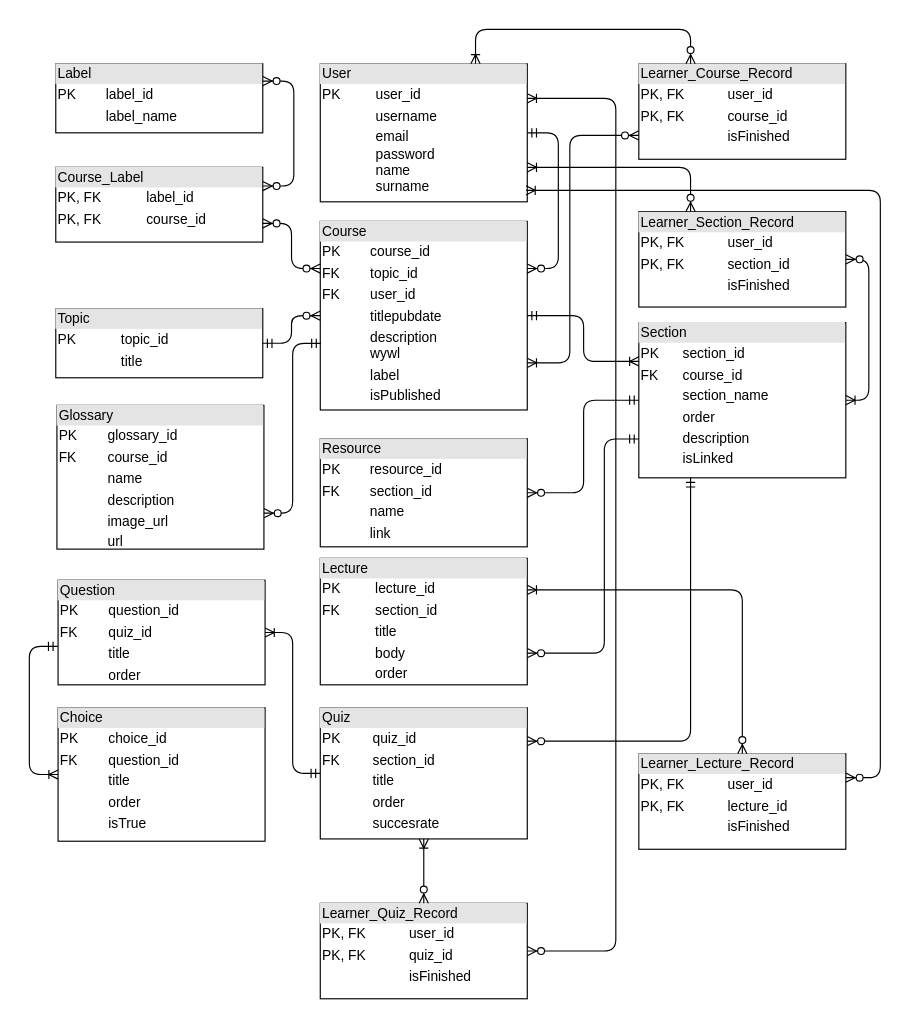
Above: ocial/images/er.drawio in kasimbozdag/swe_574 (draw.io), before the change. Source tidied: cells renumbered, new cells numbered last; positions are measured from the earlier drawing's top-left corner, leaving out a move shared by most shapes. Both pictures are drawn from the tidied source at 115%, with x=0, y=0 at pixel (29, 29).
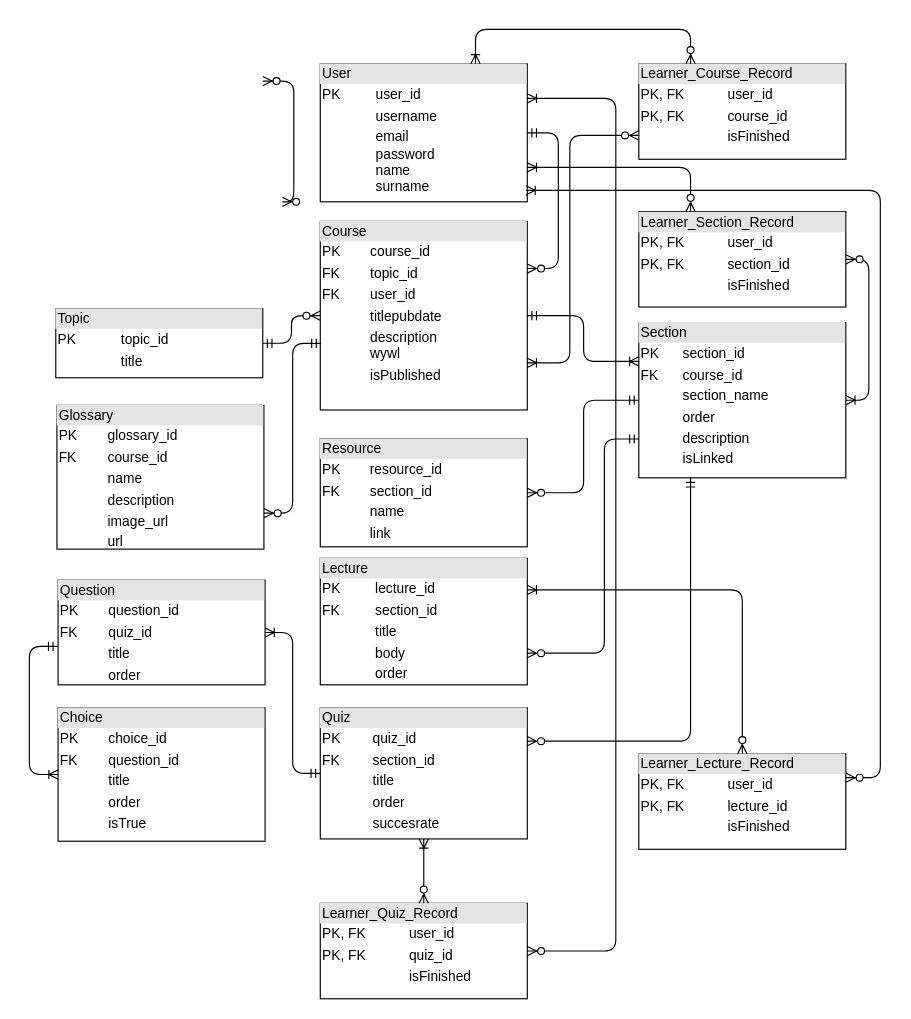
The same page after the edit.

The edit, as a diff of the source:
```diff
@@
-    <mxCell id="4" value="&lt;div style=&quot;box-sizing: border-box ; width: 100% ; background: #e4e4e4 ; padding: 2px&quot;&gt;Course&lt;/div&gt;&lt;table style=&quot;width: 100% ; font-size: 1em&quot; cellpadding=&quot;2&quot; cellspacing=&quot;0&quot;&gt;&lt;tbody&gt;&lt;tr&gt;&lt;td&gt;PK&lt;/td&gt;&lt;td&gt;course_id&lt;/td&gt;&lt;/tr&gt;&lt;tr&gt;&lt;td&gt;FK&lt;/td&gt;&lt;td&gt;topic_id&lt;/td&gt;&lt;/tr&gt;&lt;tr&gt;&lt;td&gt;FK&lt;/td&gt;&lt;td&gt;user_id&lt;/td&gt;&lt;/tr&gt;&lt;tr&gt;&lt;td&gt;&lt;/td&gt;&lt;td&gt;titlepubdate&lt;br&gt;&lt;/td&gt;&lt;/tr&gt;&lt;tr&gt;&lt;td&gt;&lt;br&gt;&lt;/td&gt;&lt;td&gt;description&lt;br&gt;wywl&lt;/td&gt;&lt;/tr&gt;&lt;tr&gt;&lt;td&gt;&lt;br&gt;&lt;/td&gt;&lt;td&gt;label&lt;/td&gt;&lt;/tr&gt;&lt;tr&gt;&lt;td&gt;&lt;br&gt;&lt;/td&gt;&lt;td&gt;isPublished&lt;/td&gt;&lt;/tr&gt;&lt;/tbody&gt;&lt;/table&gt;" style="verticalAlign=top;align=left;overflow=fill;html=1;" parent="1" vertex="1">
+    <mxCell id="4" value="&lt;div style=&quot;box-sizing: border-box ; width: 100% ; background: #e4e4e4 ; padding: 2px&quot;&gt;Course&lt;/div&gt;&lt;table style=&quot;width: 100% ; font-size: 1em&quot; cellpadding=&quot;2&quot; cellspacing=&quot;0&quot;&gt;&lt;tbody&gt;&lt;tr&gt;&lt;td&gt;PK&lt;/td&gt;&lt;td&gt;course_id&lt;/td&gt;&lt;/tr&gt;&lt;tr&gt;&lt;td&gt;FK&lt;/td&gt;&lt;td&gt;topic_id&lt;/td&gt;&lt;/tr&gt;&lt;tr&gt;&lt;td&gt;FK&lt;/td&gt;&lt;td&gt;user_id&lt;/td&gt;&lt;/tr&gt;&lt;tr&gt;&lt;td&gt;&lt;/td&gt;&lt;td&gt;titlepubdate&lt;br&gt;&lt;/td&gt;&lt;/tr&gt;&lt;tr&gt;&lt;td&gt;&lt;br&gt;&lt;/td&gt;&lt;td&gt;description&lt;br&gt;wywl&lt;/td&gt;&lt;/tr&gt;&lt;tr&gt;&lt;td&gt;&lt;br&gt;&lt;/td&gt;&lt;td&gt;isPublished&lt;br&gt;&lt;/td&gt;&lt;/tr&gt;&lt;tr&gt;&lt;td&gt;&lt;br&gt;&lt;/td&gt;&lt;td&gt;&lt;br&gt;&lt;/td&gt;&lt;/tr&gt;&lt;/tbody&gt;&lt;/table&gt;" style="verticalAlign=top;align=left;overflow=fill;html=1;" parent="1" vertex="1">
       <mxGeometry x="253" y="167" width="180" height="164" as="geometry" />
     </mxCell>
@@
-    <mxCell id="24" value="&lt;div style=&quot;box-sizing: border-box ; width: 100% ; background: #e4e4e4 ; padding: 2px&quot;&gt;Label&lt;/div&gt;&lt;table style=&quot;width: 100% ; font-size: 1em&quot; cellpadding=&quot;2&quot; cellspacing=&quot;0&quot;&gt;&lt;tbody&gt;&lt;tr&gt;&lt;td&gt;PK&lt;/td&gt;&lt;td&gt;label_id&lt;/td&gt;&lt;/tr&gt;&lt;tr&gt;&lt;td&gt;&lt;br&gt;&lt;/td&gt;&lt;td&gt;label_name&lt;/td&gt;&lt;/tr&gt;&lt;tr&gt;&lt;td&gt;&lt;/td&gt;&lt;td&gt;&lt;br&gt;&lt;/td&gt;&lt;/tr&gt;&lt;/tbody&gt;&lt;/table&gt;" style="verticalAlign=top;align=left;overflow=fill;html=1;" parent="1" vertex="1">
-      <mxGeometry x="23" y="30" width="180" height="60" as="geometry" />
-    </mxCell>
-    <mxCell id="25" value="&lt;div style=&quot;box-sizing: border-box ; width: 100% ; background: #e4e4e4 ; padding: 2px&quot;&gt;Course_Label&lt;/div&gt;&lt;table style=&quot;width: 100% ; font-size: 1em&quot; cellpadding=&quot;2&quot; cellspacing=&quot;0&quot;&gt;&lt;tbody&gt;&lt;tr&gt;&lt;td&gt;PK, FK&lt;/td&gt;&lt;td&gt;label_id&lt;/td&gt;&lt;/tr&gt;&lt;tr&gt;&lt;td&gt;PK, FK&lt;/td&gt;&lt;td&gt;course_id&lt;/td&gt;&lt;/tr&gt;&lt;tr&gt;&lt;td&gt;&lt;br&gt;&lt;/td&gt;&lt;td&gt;&lt;/td&gt;&lt;/tr&gt;&lt;/tbody&gt;&lt;/table&gt;" style="verticalAlign=top;align=left;overflow=fill;html=1;" parent="1" vertex="1">
-      <mxGeometry x="23" y="120" width="180" height="65" as="geometry" />
-    </mxCell>
-    <mxCell id="26" style="fontSize=12;html=1;endArrow=ERzeroToMany;startArrow=ERzeroToMany;exitX=1;exitY=0.75;exitDx=0;exitDy=0;edgeStyle=elbowEdgeStyle;entryX=0;entryY=0.25;entryDx=0;entryDy=0;endFill=1;" parent="1" edge="1" source="25" target="4">
-      <mxGeometry relative="1" as="geometry" />
-    </mxCell>
-    <mxCell id="27" style="fontSize=12;html=1;endArrow=ERzeroToMany;startArrow=ERzeroToMany;edgeStyle=elbowEdgeStyle;entryX=1;entryY=0.25;entryDx=0;entryDy=0;exitX=1;exitY=0.25;exitDx=0;exitDy=0;endFill=1;" parent="1" edge="1" source="25" target="24">
+    <mxCell id="27" style="fontSize=12;html=1;endArrow=ERzeroToMany;startArrow=ERzeroToMany;edgeStyle=elbowEdgeStyle;entryX=1;entryY=0.25;entryDx=0;entryDy=0;exitX=1;exitY=0.25;exitDx=0;exitDy=0;endFill=1;" parent="1" edge="1">
       <mxGeometry relative="1" as="geometry">
+        <mxPoint x="220" y="150" as="sourcePoint" />
+        <mxPoint x="203" y="45" as="targetPoint" />
         <Array as="points">
           <mxPoint x="230" y="90" />
         </Array>
       </mxGeometry>
     </mxCell>
```
